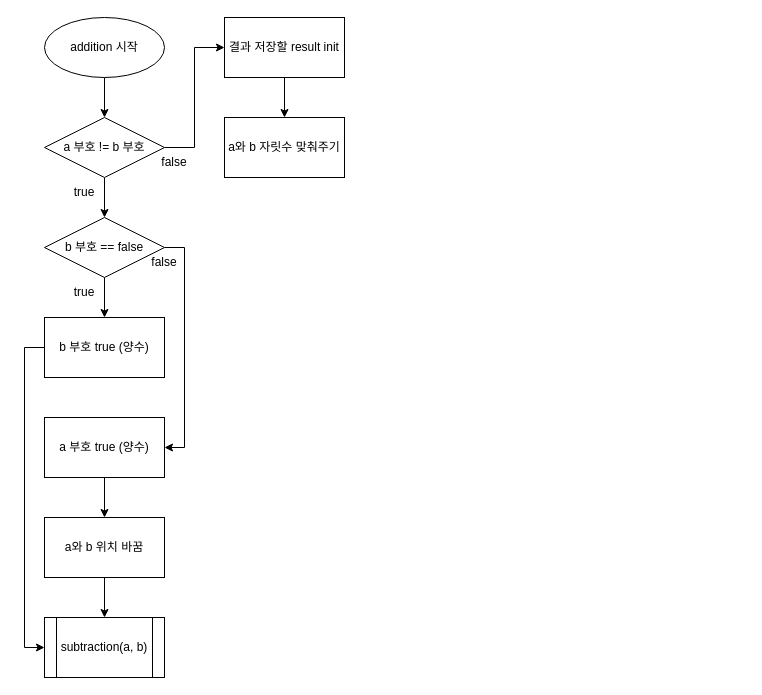
K1A2/infinite_number_calculator_c keeps this draw.io diagram as flowcharts/calculation_add.drawio. Above is the earlier version. Source tidied: cells renumbered, new cells numbered last; positions are measured from the earlier drawing's top-left corner, leaving out a move shared by most shapes. Both pictures are drawn from the tidied source at 100%, with x=0, y=0 at pixel (24, 17).
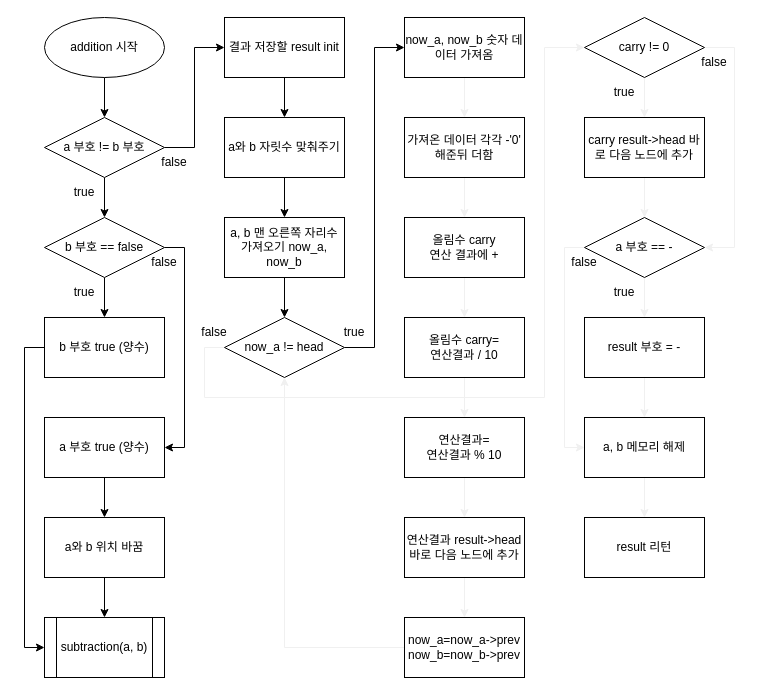
After the change.

Unchanged cells that the change refers to:
```xml
<mxCell id="23" value="a와 b 자릿수 맞춰주기" style="rounded=0;whiteSpace=wrap;html=1;" parent="1" vertex="1">
  <mxGeometry x="200" y="100" width="120" height="60" as="geometry" />
</mxCell>
```

The edit, as a diff of the source:
```diff
@@
+    <mxCell id="24" style="edgeStyle=none;html=1;" parent="1" edge="1" source="23" target="26">
+      <mxGeometry relative="1" as="geometry" />
+    </mxCell>
@@
+    <mxCell id="25" style="edgeStyle=none;html=1;" parent="1" edge="1" source="26" target="29">
+      <mxGeometry relative="1" as="geometry" />
+    </mxCell>
+    <mxCell id="26" value="a, b 맨 오른쪽 자리수 가져오기 now_a, now_b" style="rounded=0;whiteSpace=wrap;html=1;" parent="1" vertex="1">
+      <mxGeometry x="200" y="200" width="120" height="60" as="geometry" />
+    </mxCell>
+    <mxCell id="27" style="edgeStyle=none;html=1;entryX=0;entryY=0.5;entryDx=0;entryDy=0;rounded=0;" parent="1" edge="1" source="29" target="31">
+      <mxGeometry relative="1" as="geometry">
+        <Array as="points">
+          <mxPoint x="350" y="330" />
+          <mxPoint x="350" y="30" />
+        </Array>
+      </mxGeometry>
+    </mxCell>
+    <mxCell id="28" style="edgeStyle=none;rounded=0;html=1;exitX=0;exitY=0.5;exitDx=0;exitDy=0;entryX=0;entryY=0.5;entryDx=0;entryDy=0;strokeColor=#f0f0f0;" parent="1" edge="1" source="29">
+      <mxGeometry relative="1" as="geometry">
+        <mxPoint x="560" y="30" as="targetPoint" />
+        <Array as="points">
+          <mxPoint x="180" y="330" />
+          <mxPoint x="180" y="380" />
+          <mxPoint x="520" y="380" />
+          <mxPoint x="520" y="30" />
+        </Array>
+      </mxGeometry>
+    </mxCell>
+    <mxCell id="29" value="now_a != head" style="rhombus;whiteSpace=wrap;html=1;" parent="1" vertex="1">
+      <mxGeometry x="200" y="300" width="120" height="60" as="geometry" />
+    </mxCell>
+    <mxCell id="30" style="edgeStyle=none;rounded=0;html=1;strokeColor=#f0f0f0;" parent="1" edge="1" source="31" target="34">
+      <mxGeometry relative="1" as="geometry" />
+    </mxCell>
+    <mxCell id="31" value="now_a, now_b 숫자 데이터 가져옴" style="rounded=0;whiteSpace=wrap;html=1;" parent="1" vertex="1">
+      <mxGeometry x="380" width="120" height="60" as="geometry" />
+    </mxCell>
+    <mxCell id="32" value="true" style="text;html=1;strokeColor=none;fillColor=none;align=center;verticalAlign=middle;whiteSpace=wrap;rounded=0;" parent="1" vertex="1">
+      <mxGeometry x="300" y="300" width="60" height="30" as="geometry" />
+    </mxCell>
+    <mxCell id="33" style="edgeStyle=none;rounded=0;html=1;strokeColor=#f0f0f0;" parent="1" edge="1" source="34" target="36">
+      <mxGeometry relative="1" as="geometry" />
+    </mxCell>
+    <mxCell id="34" value="가져온 데이터 각각 -'0' 해준뒤 더함" style="rounded=0;whiteSpace=wrap;html=1;" parent="1" vertex="1">
+      <mxGeometry x="380" y="100" width="120" height="60" as="geometry" />
+    </mxCell>
+    <mxCell id="35" style="edgeStyle=none;rounded=0;html=1;strokeColor=#f0f0f0;" parent="1" edge="1" source="36" target="38">
+      <mxGeometry relative="1" as="geometry" />
+    </mxCell>
+    <mxCell id="36" value="올림수 carry &lt;br&gt;연산 결과에 +" style="rounded=0;whiteSpace=wrap;html=1;" parent="1" vertex="1">
+      <mxGeometry x="380" y="200" width="120" height="60" as="geometry" />
+    </mxCell>
+    <mxCell id="37" style="edgeStyle=none;rounded=0;html=1;strokeColor=#f0f0f0;" parent="1" edge="1" source="38" target="40">
+      <mxGeometry relative="1" as="geometry" />
+    </mxCell>
+    <mxCell id="38" value="올림수 carry=&lt;br&gt;연산결과 / 10" style="rounded=0;whiteSpace=wrap;html=1;" parent="1" vertex="1">
+      <mxGeometry x="380" y="300" width="120" height="60" as="geometry" />
+    </mxCell>
+    <mxCell id="39" style="edgeStyle=none;rounded=0;html=1;strokeColor=#f0f0f0;" parent="1" edge="1" source="40" target="42">
+      <mxGeometry relative="1" as="geometry" />
+    </mxCell>
+    <mxCell id="40" value="연산결과=&lt;br&gt;연산결과 % 10" style="rounded=0;whiteSpace=wrap;html=1;" parent="1" vertex="1">
+      <mxGeometry x="380" y="400" width="120" height="60" as="geometry" />
+    </mxCell>
+    <mxCell id="41" style="edgeStyle=none;rounded=0;html=1;strokeColor=#f0f0f0;" parent="1" edge="1" source="42" target="44">
+      <mxGeometry relative="1" as="geometry" />
+    </mxCell>
+    <mxCell id="42" value="연산결과 result-&amp;gt;head 바로 다음 노드에 추가" style="rounded=0;whiteSpace=wrap;html=1;" parent="1" vertex="1">
+      <mxGeometry x="380" y="500" width="120" height="60" as="geometry" />
+    </mxCell>
+    <mxCell id="43" style="edgeStyle=none;rounded=0;html=1;entryX=0.5;entryY=1;entryDx=0;entryDy=0;strokeColor=#f0f0f0;" parent="1" edge="1" source="44" target="29">
+      <mxGeometry relative="1" as="geometry">
+        <Array as="points">
+          <mxPoint x="260" y="630" />
+        </Array>
+      </mxGeometry>
+    </mxCell>
+    <mxCell id="44" value="now_a=now_a-&amp;gt;prev&lt;br&gt;now_b=now_b-&amp;gt;prev" style="rounded=0;whiteSpace=wrap;html=1;" parent="1" vertex="1">
+      <mxGeometry x="380" y="600" width="120" height="60" as="geometry" />
+    </mxCell>
+    <mxCell id="45" value="false" style="text;html=1;strokeColor=none;fillColor=none;align=center;verticalAlign=middle;whiteSpace=wrap;rounded=0;" parent="1" vertex="1">
+      <mxGeometry x="160" y="300" width="60" height="30" as="geometry" />
+    </mxCell>
+    <mxCell id="46" style="edgeStyle=none;rounded=0;html=1;strokeColor=#f0f0f0;" parent="1" edge="1" source="48" target="50">
+      <mxGeometry relative="1" as="geometry" />
+    </mxCell>
+    <mxCell id="47" style="edgeStyle=none;rounded=0;html=1;exitX=1;exitY=0.5;exitDx=0;exitDy=0;entryX=1;entryY=0.5;entryDx=0;entryDy=0;strokeColor=#f0f0f0;" parent="1" edge="1" source="48" target="54">
+      <mxGeometry relative="1" as="geometry">
+        <Array as="points">
+          <mxPoint x="710" y="30" />
+          <mxPoint x="710" y="230" />
+        </Array>
+      </mxGeometry>
+    </mxCell>
+    <mxCell id="48" value="carry != 0" style="rhombus;whiteSpace=wrap;html=1;" parent="1" vertex="1">
+      <mxGeometry x="560" width="120" height="60" as="geometry" />
+    </mxCell>
+    <mxCell id="49" style="edgeStyle=none;rounded=0;html=1;strokeColor=#f0f0f0;" parent="1" edge="1" source="50" target="54">
+      <mxGeometry relative="1" as="geometry" />
+    </mxCell>
+    <mxCell id="50" value="carry result-&amp;gt;head 바로 다음 노드에 추가" style="rounded=0;whiteSpace=wrap;html=1;" parent="1" vertex="1">
+      <mxGeometry x="560" y="100" width="120" height="60" as="geometry" />
+    </mxCell>
+    <mxCell id="51" value="true" style="text;html=1;strokeColor=none;fillColor=none;align=center;verticalAlign=middle;whiteSpace=wrap;rounded=0;" parent="1" vertex="1">
+      <mxGeometry x="570" y="60" width="60" height="30" as="geometry" />
+    </mxCell>
+    <mxCell id="52" style="edgeStyle=none;rounded=0;html=1;strokeColor=#f0f0f0;" parent="1" edge="1" source="54" target="57">
+      <mxGeometry relative="1" as="geometry" />
+    </mxCell>
+    <mxCell id="53" style="edgeStyle=none;rounded=0;html=1;entryX=0;entryY=0.5;entryDx=0;entryDy=0;strokeColor=#f0f0f0;" parent="1" edge="1" source="54" target="60">
+      <mxGeometry relative="1" as="geometry">
+        <Array as="points">
+          <mxPoint x="540" y="230" />
+          <mxPoint x="540" y="430" />
+        </Array>
+      </mxGeometry>
+    </mxCell>
+    <mxCell id="54" value="a 부호 == -" style="rhombus;whiteSpace=wrap;html=1;" parent="1" vertex="1">
+      <mxGeometry x="560" y="200" width="120" height="60" as="geometry" />
+    </mxCell>
+    <mxCell id="55" value="false" style="text;html=1;strokeColor=none;fillColor=none;align=center;verticalAlign=middle;whiteSpace=wrap;rounded=0;" parent="1" vertex="1">
+      <mxGeometry x="660" y="30" width="60" height="30" as="geometry" />
+    </mxCell>
+    <mxCell id="56" style="edgeStyle=none;rounded=0;html=1;strokeColor=#f0f0f0;" parent="1" edge="1" source="57" target="60">
+      <mxGeometry relative="1" as="geometry" />
+    </mxCell>
+    <mxCell id="57" value="result 부호 = -" style="rounded=0;whiteSpace=wrap;html=1;" parent="1" vertex="1">
+      <mxGeometry x="560" y="300" width="120" height="60" as="geometry" />
+    </mxCell>
+    <mxCell id="58" value="true" style="text;html=1;strokeColor=none;fillColor=none;align=center;verticalAlign=middle;whiteSpace=wrap;rounded=0;" parent="1" vertex="1">
+      <mxGeometry x="570" y="260" width="60" height="30" as="geometry" />
+    </mxCell>
+    <mxCell id="59" style="edgeStyle=none;rounded=0;html=1;strokeColor=#f0f0f0;" parent="1" edge="1" source="60" target="62">
+      <mxGeometry relative="1" as="geometry" />
+    </mxCell>
+    <mxCell id="60" value="a, b 메모리 해제" style="rounded=0;whiteSpace=wrap;html=1;" parent="1" vertex="1">
+      <mxGeometry x="560" y="400" width="120" height="60" as="geometry" />
+    </mxCell>
+    <mxCell id="61" value="false" style="text;html=1;strokeColor=none;fillColor=none;align=center;verticalAlign=middle;whiteSpace=wrap;rounded=0;" parent="1" vertex="1">
+      <mxGeometry x="530" y="230" width="60" height="30" as="geometry" />
+    </mxCell>
+    <mxCell id="62" value="result 리턴" style="rounded=0;whiteSpace=wrap;html=1;" parent="1" vertex="1">
+      <mxGeometry x="560" y="500" width="120" height="60" as="geometry" />
+    </mxCell>
```
